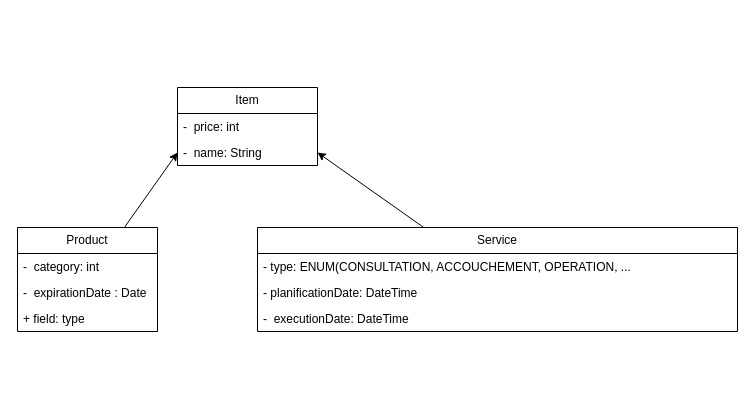
This is page "class diagram" (1 of 2) of Untitled Diagram.drawio from arseneRuben/CinsolManagement, a draw.io file, before an edit. Source tidied: cells renumbered, new cells numbered last; positions are measured from the earlier drawing's top-left corner, leaving out a move shared by most shapes. Both pictures are drawn from the tidied source at 100%, with x=0, y=0 at pixel (17, 87).
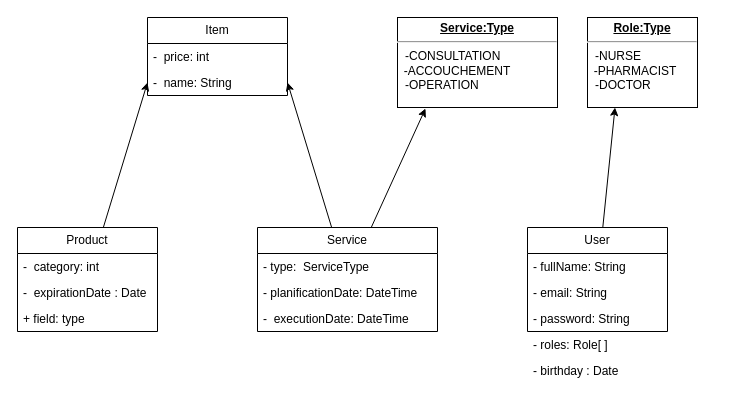
The same diagram, later.

Commit message:
User role

What changed in the source:
```diff
@@
     <mxCell id="2" value="Item" style="swimlane;fontStyle=0;horizontal=1;startSize=26;fillColor=none;whiteSpace=wrap;html=1;" parent="1" vertex="1">
-      <mxGeometry x="160" width="140" height="78" as="geometry" />
+      <mxGeometry x="130" y="-70" width="140" height="78" as="geometry" />
     </mxCell>
@@
     <mxCell id="11" value="Service" style="swimlane;fontStyle=0;horizontal=1;startSize=26;fillColor=none;whiteSpace=wrap;html=1;" parent="1" vertex="1">
-      <mxGeometry x="240" y="140" width="480" height="104" as="geometry" />
+      <mxGeometry x="240" y="140" width="180" height="104" as="geometry" />
     </mxCell>
-    <mxCell id="12" value="- type: ENUM(CONSULTATION, ACCOUCHEMENT, OPERATION, ..." style="text;strokeColor=none;fillColor=none;align=left;verticalAlign=top;spacingLeft=4;spacingRight=4;overflow=hidden;whiteSpace=wrap;html=1;" parent="11" vertex="1">
-      <mxGeometry y="26" width="480" height="26" as="geometry" />
+    <mxCell id="12" value="- type:&amp;nbsp; ServiceType" style="text;strokeColor=none;fillColor=none;align=left;verticalAlign=top;spacingLeft=4;spacingRight=4;overflow=hidden;whiteSpace=wrap;html=1;" parent="11" vertex="1">
+      <mxGeometry y="26" width="180" height="26" as="geometry" />
     </mxCell>
     <mxCell id="13" value="- planificationDate: DateTime" style="text;strokeColor=none;fillColor=none;align=left;verticalAlign=top;spacingLeft=4;spacingRight=4;overflow=hidden;whiteSpace=wrap;html=1;" parent="11" vertex="1">
-      <mxGeometry y="52" width="480" height="26" as="geometry" />
+      <mxGeometry y="52" width="180" height="26" as="geometry" />
     </mxCell>
     <mxCell id="14" value="-&amp;nbsp; executionDate: DateTime" style="text;strokeColor=none;fillColor=none;align=left;verticalAlign=top;spacingLeft=4;spacingRight=4;overflow=hidden;whiteSpace=wrap;html=1;" parent="11" vertex="1">
-      <mxGeometry y="78" width="480" height="26" as="geometry" />
+      <mxGeometry y="78" width="180" height="26" as="geometry" />
     </mxCell>
+    <mxCell id="15" value="&lt;p style=&quot;margin:0px;margin-top:4px;text-align:center;text-decoration:underline;&quot;&gt;&lt;b&gt;Service:Type&lt;/b&gt;&lt;/p&gt;&lt;hr&gt;&lt;p style=&quot;margin:0px;margin-left:8px;&quot;&gt;-CONSULTATION&lt;/p&gt;&amp;nbsp; -ACCOUCHEMENT&lt;p style=&quot;margin:0px;margin-left:8px;&quot;&gt;-OPERATION&lt;br&gt;&lt;/p&gt;" style="verticalAlign=top;align=left;overflow=fill;fontSize=12;fontFamily=Helvetica;html=1;whiteSpace=wrap;" parent="1" vertex="1">
+      <mxGeometry x="380" y="-70" width="160" height="90" as="geometry" />
+    </mxCell>
+    <mxCell id="16" style="rounded=0;jettySize=auto;html=1;entryX=0.175;entryY=1.011;entryDx=0;entryDy=0;entryPerimeter=0;" parent="1" edge="1" source="11" target="15">
+      <mxGeometry relative="1" as="geometry" />
+    </mxCell>
+    <mxCell id="17" style="rounded=0;jettySize=auto;html=1;entryX=0.25;entryY=1;entryDx=0;entryDy=0;" parent="1" edge="1" source="18" target="22">
+      <mxGeometry relative="1" as="geometry" />
+    </mxCell>
+    <mxCell id="18" value="User" style="swimlane;fontStyle=0;horizontal=1;startSize=26;fillColor=none;whiteSpace=wrap;html=1;" parent="1" vertex="1">
+      <mxGeometry x="510" y="140" width="140" height="104" as="geometry" />
+    </mxCell>
+    <mxCell id="19" value="- fullName: String" style="text;strokeColor=none;fillColor=none;align=left;verticalAlign=top;spacingLeft=4;spacingRight=4;overflow=hidden;whiteSpace=wrap;html=1;" parent="18" vertex="1">
+      <mxGeometry y="26" width="140" height="26" as="geometry" />
+    </mxCell>
+    <mxCell id="20" value="- email: String" style="text;strokeColor=none;fillColor=none;align=left;verticalAlign=top;spacingLeft=4;spacingRight=4;overflow=hidden;whiteSpace=wrap;html=1;" parent="18" vertex="1">
+      <mxGeometry y="52" width="140" height="26" as="geometry" />
+    </mxCell>
+    <mxCell id="21" value="- password: String" style="text;strokeColor=none;fillColor=none;align=left;verticalAlign=top;spacingLeft=4;spacingRight=4;overflow=hidden;whiteSpace=wrap;html=1;" parent="18" vertex="1">
+      <mxGeometry y="78" width="140" height="26" as="geometry" />
+    </mxCell>
+    <mxCell id="22" value="&lt;p style=&quot;margin:0px;margin-top:4px;text-align:center;text-decoration:underline;&quot;&gt;&lt;b&gt;Role:Type&lt;/b&gt;&lt;/p&gt;&lt;hr&gt;&lt;p style=&quot;margin:0px;margin-left:8px;&quot;&gt;-NURSE&lt;/p&gt;&amp;nbsp; -PHARMACIST&lt;p style=&quot;margin:0px;margin-left:8px;&quot;&gt;-DOCTOR&lt;br&gt;&lt;/p&gt;" style="verticalAlign=top;align=left;overflow=fill;fontSize=12;fontFamily=Helvetica;html=1;whiteSpace=wrap;" parent="1" vertex="1">
+      <mxGeometry x="570" y="-70" width="110" height="90" as="geometry" />
+    </mxCell>
+    <mxCell id="23" value="- roles: Role[ ]" style="text;strokeColor=none;fillColor=none;align=left;verticalAlign=top;spacingLeft=4;spacingRight=4;overflow=hidden;whiteSpace=wrap;html=1;" parent="1" vertex="1">
+      <mxGeometry x="510" y="244" width="140" height="26" as="geometry" />
+    </mxCell>
+    <mxCell id="24" value="- birthday : Date" style="text;strokeColor=none;fillColor=none;align=left;verticalAlign=top;spacingLeft=4;spacingRight=4;overflow=hidden;whiteSpace=wrap;html=1;" parent="1" vertex="1">
+      <mxGeometry x="510" y="270" width="140" height="26" as="geometry" />
+    </mxCell>
```
